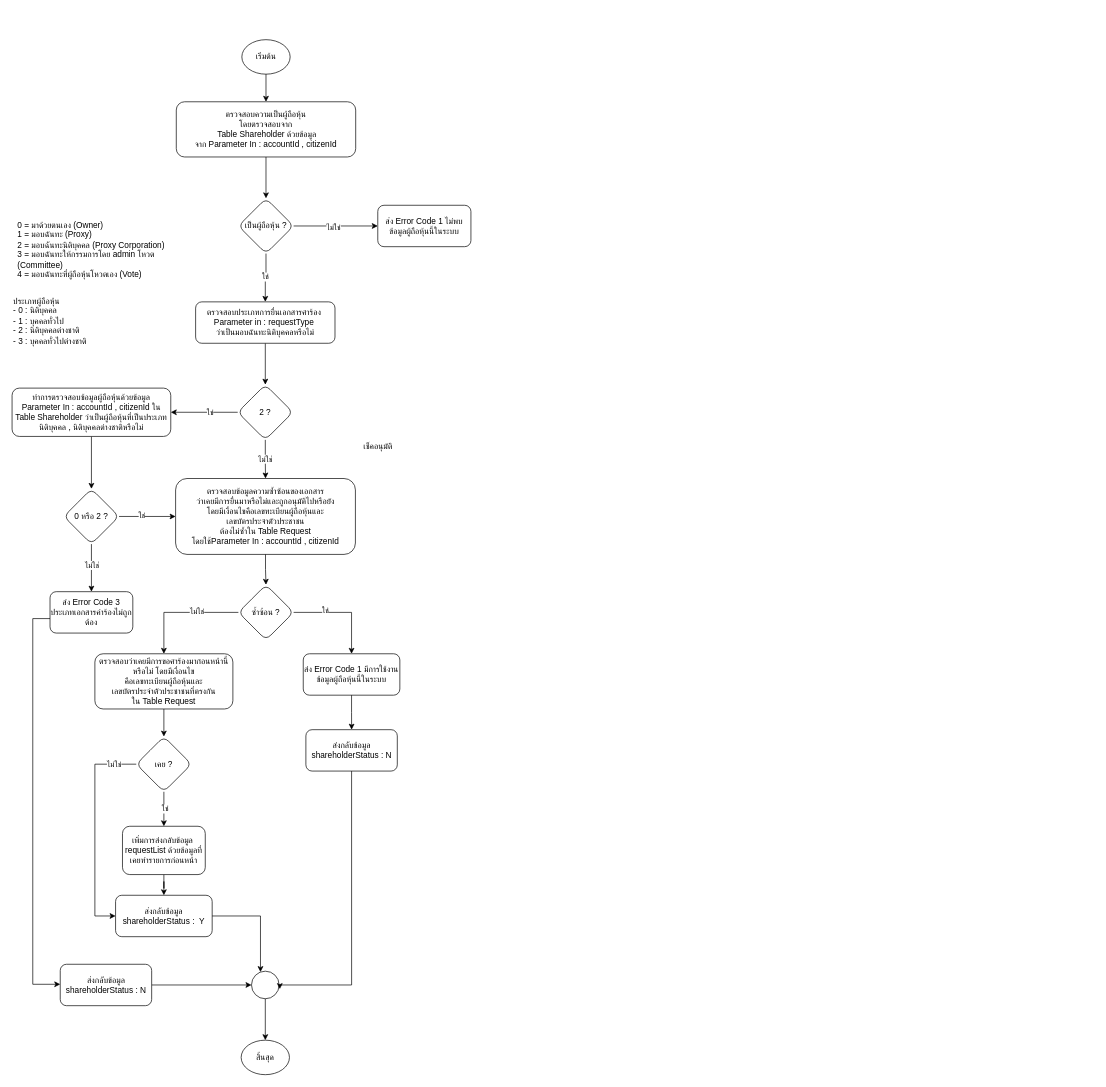
charifrodmanee/charifrodmanee keeps this draw.io diagram as checkShareHolderAvailable.drawio. Above is the earlier version. Source tidied: cells renumbered, new cells numbered last; positions are measured from the earlier drawing's top-left corner, leaving out a move shared by most shapes. Both pictures are drawn from the tidied source at 69%, with x=0, y=0 at pixel (12, 39).
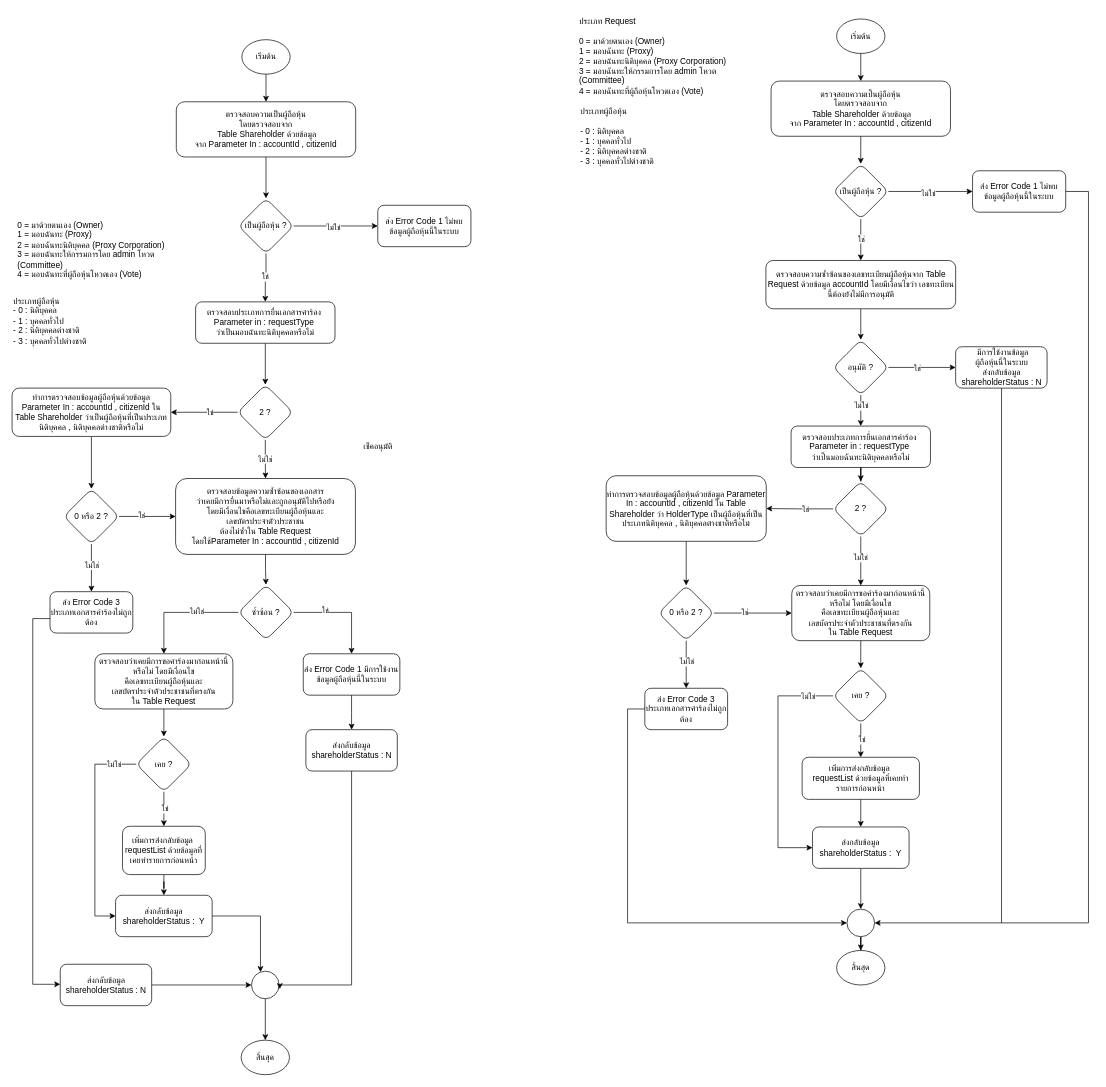
After the change.

Change to the diagram source:
```diff
@@
+    <mxCell id="58" value="เริ่มต้น" style="ellipse;whiteSpace=wrap;html=1;" parent="1" vertex="1">
+      <mxGeometry x="1195" y="-30" width="70" height="50" as="geometry" />
+    </mxCell>
+    <mxCell id="59" value="ตรวจสอบความเป็นผู้ถือหุ้น &lt;br&gt;โดยตรวจสอบจาก&lt;br&gt;&amp;nbsp;Table Shareholder ด้วยข้อมูล&lt;br&gt;จาก Parameter In : accountId , citizenId" style="whiteSpace=wrap;html=1;rounded=1;" parent="1" vertex="1">
+      <mxGeometry x="1100" y="60" width="260" height="80" as="geometry" />
+    </mxCell>
+    <mxCell id="60" style="edgeStyle=orthogonalEdgeStyle;rounded=0;jettySize=auto;html=1;" parent="1" edge="1" source="58" target="59">
+      <mxGeometry relative="1" as="geometry" />
+    </mxCell>
+    <mxCell id="61" style="edgeStyle=orthogonalEdgeStyle;rounded=0;jettySize=auto;html=1;" parent="1" edge="1" source="59" target="64">
+      <mxGeometry relative="1" as="geometry" />
+    </mxCell>
+    <mxCell id="62" value="ประเภท Request &lt;br&gt;&lt;br&gt;0 = มาด้วยตนเอง (Owner)&lt;br&gt;1 = มอบฉันทะ (Proxy)&lt;br&gt;2 = มอบฉันทะนิติบุคคล (Proxy Corporation)&lt;br&gt;3 = มอบฉันทะให้กรรมการโดย admin โหวต (Committee)&lt;br&gt;4 = มอบฉันทะที่ผู้ถือหุ้นโหวตเอง (Vote)" style="text;whiteSpace=wrap;html=1;" parent="1" vertex="1">
+      <mxGeometry x="820" y="-40" width="260" height="110" as="geometry" />
+    </mxCell>
+    <mxCell id="63" value="ประเภทผู้ถือหุ้น&lt;br&gt;&lt;br&gt;- 0 : นิติบุคคล&lt;br&gt;- 1 : บุคคลทั่วไป&lt;br&gt;- 2 : นิติบุคคลต่างชาติ&lt;br&gt;- 3 : บุคคลทั่วไปต่างชาติ" style="text;whiteSpace=wrap;html=1;" parent="1" vertex="1">
+      <mxGeometry x="822" y="90" width="160" height="100" as="geometry" />
+    </mxCell>
+    <mxCell id="64" value="เป็นผู้ถือหุ้น ?" style="rhombus;whiteSpace=wrap;html=1;rounded=1;" parent="1" vertex="1">
+      <mxGeometry x="1190" y="180" width="80" height="80" as="geometry" />
+    </mxCell>
+    <mxCell id="65" style="edgeStyle=orthogonalEdgeStyle;rounded=0;jettySize=auto;html=1;entryX=1;entryY=0.5;entryDx=0;entryDy=0;" parent="1" edge="1" source="66" target="82">
+      <mxGeometry relative="1" as="geometry">
+        <Array as="points">
+          <mxPoint x="1560" y="220" />
+          <mxPoint x="1560" y="1280" />
+        </Array>
+      </mxGeometry>
+    </mxCell>
+    <mxCell id="66" value="ส่ง Error Code 1 ไม่พบข้อมูลผู้ถือหุ้นนี้ในระบบ" style="whiteSpace=wrap;html=1;rounded=1;" parent="1" vertex="1">
+      <mxGeometry x="1392" y="190" width="135" height="60" as="geometry" />
+    </mxCell>
+    <mxCell id="67" style="edgeStyle=orthogonalEdgeStyle;rounded=0;jettySize=auto;html=1;" parent="1" edge="1" source="64" target="66">
+      <mxGeometry relative="1" as="geometry" />
+    </mxCell>
+    <mxCell id="68" value="ไม่ใช่" style="edgeLabel;html=1;align=center;verticalAlign=middle;" parent="67" vertex="1">
+      <mxGeometry x="-0.07" y="-2" relative="1" as="geometry" />
+    </mxCell>
+    <mxCell id="69" style="edgeStyle=orthogonalEdgeStyle;rounded=0;jettySize=auto;html=1;" parent="1" edge="1" source="70" target="77">
+      <mxGeometry relative="1" as="geometry" />
+    </mxCell>
+    <mxCell id="70" value="ตรวจสอบความซ้ำซ้อนของเลขทะเบียนผู้ถือหุ้นจาก Table Request ด้วยข้อมูล&amp;nbsp;accountId โดยมีเงื่อนไขว่า เลขทะเบียนนี้ต้องยังไม่มีการอนุมัติ" style="rounded=1;whiteSpace=wrap;html=1;" parent="1" vertex="1">
+      <mxGeometry x="1092.5" y="320" width="275" height="70" as="geometry" />
+    </mxCell>
+    <mxCell id="71" style="edgeStyle=orthogonalEdgeStyle;rounded=0;jettySize=auto;html=1;entryX=0.5;entryY=0;entryDx=0;entryDy=0;" parent="1" edge="1" source="64" target="70">
+      <mxGeometry relative="1" as="geometry" />
+    </mxCell>
+    <mxCell id="72" value="ใช่" style="edgeLabel;html=1;align=center;verticalAlign=middle;" parent="71" vertex="1">
+      <mxGeometry x="-0.08" relative="1" as="geometry" />
+    </mxCell>
+    <mxCell id="73" style="edgeStyle=orthogonalEdgeStyle;rounded=0;jettySize=auto;html=1;" parent="1" edge="1" source="77">
+      <mxGeometry relative="1" as="geometry">
+        <mxPoint x="1367.5" y="475" as="targetPoint" />
+      </mxGeometry>
+    </mxCell>
+    <mxCell id="74" value="ใช่" style="edgeLabel;html=1;align=center;verticalAlign=middle;" parent="73" vertex="1">
+      <mxGeometry x="-0.15" relative="1" as="geometry">
+        <mxPoint x="-1" as="offset" />
+      </mxGeometry>
+    </mxCell>
+    <mxCell id="75" style="edgeStyle=orthogonalEdgeStyle;rounded=0;jettySize=auto;html=1;" parent="1" edge="1" source="77" target="79">
+      <mxGeometry relative="1" as="geometry" />
+    </mxCell>
+    <mxCell id="76" value="ไม่ใช่" style="edgeLabel;html=1;align=center;verticalAlign=middle;" parent="75" vertex="1">
+      <mxGeometry x="-0.46" y="-1" relative="1" as="geometry">
+        <mxPoint x="1" y="3" as="offset" />
+      </mxGeometry>
+    </mxCell>
+    <mxCell id="77" value="อนุมัติ ?" style="rhombus;whiteSpace=wrap;html=1;rounded=1;" parent="1" vertex="1">
+      <mxGeometry x="1190" y="435" width="80" height="80" as="geometry" />
+    </mxCell>
+    <mxCell id="78" style="group;" parent="1" vertex="1">
+      <mxGeometry x="1129" y="560" width="202" height="60" as="geometry" />
+    </mxCell>
+    <mxCell id="79" value="ตรวจสอบประเภทการยื่นเอกสารคำร้อง&amp;nbsp;&lt;br&gt;Parameter in : requestType&amp;nbsp;&lt;br&gt;ว่าเป็นมอบฉันทะนิติบุคคลหรือไม่" style="whiteSpace=wrap;html=1;rounded=1;" parent="78" vertex="1">
+      <mxGeometry width="202" height="60" as="geometry" />
+    </mxCell>
+    <mxCell id="80" style="edgeStyle=orthogonalEdgeStyle;rounded=0;jettySize=auto;html=1;" parent="1" edge="1" source="79" target="89">
+      <mxGeometry relative="1" as="geometry" />
+    </mxCell>
+    <mxCell id="81" style="edgeStyle=orthogonalEdgeStyle;rounded=0;jettySize=auto;html=1;endArrow=classic;endFill=1;" parent="1" edge="1" source="82" target="83">
+      <mxGeometry relative="1" as="geometry" />
+    </mxCell>
+    <mxCell id="82" style="ellipse;whiteSpace=wrap;html=1;rounded=1;" parent="1" vertex="1">
+      <mxGeometry x="1210" y="1260" width="40" height="40" as="geometry" />
+    </mxCell>
+    <mxCell id="83" value="สิ้นสุด" style="ellipse;whiteSpace=wrap;html=1;" parent="1" vertex="1">
+      <mxGeometry x="1195" y="1320" width="70" height="50" as="geometry" />
+    </mxCell>
+    <mxCell id="84" style="edgeStyle=orthogonalEdgeStyle;rounded=0;jettySize=auto;html=1;exitX=0.004;exitY=0.438;exitDx=0;exitDy=0;exitPerimeter=0;entryX=0;entryY=0.5;entryDx=0;entryDy=0;" parent="1" edge="1" source="95" target="82">
+      <mxGeometry relative="1" as="geometry">
+        <Array as="points">
+          <mxPoint x="918" y="970" />
+          <mxPoint x="892" y="970" />
+          <mxPoint x="892" y="1280" />
+        </Array>
+      </mxGeometry>
+    </mxCell>
+    <mxCell id="85" style="edgeStyle=orthogonalEdgeStyle;rounded=0;jettySize=auto;html=1;endArrow=none;endFill=0;" parent="1" edge="1" source="86">
+      <mxGeometry relative="1" as="geometry">
+        <mxPoint x="1434" y="1280" as="targetPoint" />
+        <Array as="points">
+          <mxPoint x="1434" y="1280" />
+        </Array>
+      </mxGeometry>
+    </mxCell>
+    <mxCell id="86" value="&amp;nbsp;มีการใช้งานข้อมูล&lt;br&gt;ผู้ถือหุ้นนี้ในระบบ&lt;br&gt;ส่งกลับข้อมูล&lt;br&gt;shareholderStatus : N" style="whiteSpace=wrap;html=1;rounded=1;" parent="1" vertex="1">
+      <mxGeometry x="1367.5" y="445" width="132.5" height="60" as="geometry" />
+    </mxCell>
+    <mxCell id="87" style="edgeStyle=orthogonalEdgeStyle;rounded=0;jettySize=auto;html=1;" parent="1" edge="1" source="89" target="102">
+      <mxGeometry relative="1" as="geometry" />
+    </mxCell>
+    <mxCell id="88" value="ไม่ใช่" style="edgeLabel;html=1;align=center;verticalAlign=middle;" parent="87" vertex="1">
+      <mxGeometry x="-0.15" y="-1" relative="1" as="geometry" />
+    </mxCell>
+    <mxCell id="89" value="2 ?" style="rhombus;whiteSpace=wrap;html=1;rounded=1;" parent="1" vertex="1">
+      <mxGeometry x="1190" y="640" width="80" height="80" as="geometry" />
+    </mxCell>
+    <mxCell id="90" value="ทำการตรวจสอบข้อมูลผู้ถือหุ้นด้วยข้อมูล Parameter In : accountId , citizenId ใน Table Shareholder ว่า HolderType เป็นผู้ถือหุ้นที่เป็นประเภทนิติบุคคล , นิติบุคคลต่างชาติหรือไม่" style="whiteSpace=wrap;html=1;rounded=1;" parent="1" vertex="1">
+      <mxGeometry x="861" y="632" width="232" height="95" as="geometry" />
+    </mxCell>
+    <mxCell id="91" style="edgeStyle=orthogonalEdgeStyle;rounded=0;jettySize=auto;html=1;" parent="1" edge="1" source="89" target="90">
+      <mxGeometry relative="1" as="geometry" />
+    </mxCell>
+    <mxCell id="92" value="ใช่" style="edgeLabel;html=1;align=center;verticalAlign=middle;" parent="91" vertex="1">
+      <mxGeometry x="-0.16" y="3" relative="1" as="geometry">
+        <mxPoint y="-3" as="offset" />
+      </mxGeometry>
+    </mxCell>
+    <mxCell id="93" value="0 หรือ 2 ?" style="rhombus;whiteSpace=wrap;html=1;rounded=1;" parent="1" vertex="1">
+      <mxGeometry x="937" y="791" width="80" height="80" as="geometry" />
+    </mxCell>
+    <mxCell id="94" style="edgeStyle=orthogonalEdgeStyle;rounded=0;jettySize=auto;html=1;" parent="1" edge="1" source="90" target="93">
+      <mxGeometry relative="1" as="geometry" />
+    </mxCell>
+    <mxCell id="95" value="ส่ง Error Code 3 ประเภทเอกสารคำร้องไม่ถูกต้อง" style="whiteSpace=wrap;html=1;rounded=1;" parent="1" vertex="1">
+      <mxGeometry x="917" y="940" width="120" height="60" as="geometry" />
+    </mxCell>
+    <mxCell id="96" style="edgeStyle=orthogonalEdgeStyle;rounded=0;jettySize=auto;html=1;" parent="1" edge="1" source="93" target="95">
+      <mxGeometry relative="1" as="geometry" />
+    </mxCell>
+    <mxCell id="97" value="ไม่ใช่" style="edgeLabel;html=1;align=center;verticalAlign=middle;" parent="96" vertex="1">
+      <mxGeometry x="-0.13" relative="1" as="geometry" />
+    </mxCell>
+    <mxCell id="98" style="edgeStyle=orthogonalEdgeStyle;rounded=0;jettySize=auto;html=1;" parent="1" edge="1" source="93" target="102">
+      <mxGeometry relative="1" as="geometry" />
+    </mxCell>
+    <mxCell id="99" value="ใช่" style="edgeLabel;html=1;align=center;verticalAlign=middle;" parent="98" vertex="1">
+      <mxGeometry x="-0.22" y="2" relative="1" as="geometry" />
+    </mxCell>
+    <mxCell id="100" style="edgeStyle=orthogonalEdgeStyle;rounded=0;jettySize=auto;html=1;endArrow=classic;endFill=1;" parent="1" edge="1" source="101" target="82">
+      <mxGeometry relative="1" as="geometry" />
+    </mxCell>
+    <mxCell id="101" value="ส่งกลับข้อมูล&lt;br&gt;shareholderStatus :&amp;nbsp; Y" style="whiteSpace=wrap;html=1;rounded=1;" parent="1" vertex="1">
+      <mxGeometry x="1160" y="1141" width="140" height="60" as="geometry" />
+    </mxCell>
+    <mxCell id="102" value="ตรวจสอบว่าเคยมีการขอคำร้องมาก่อนหน้านี้หรือไม่ โดยมีเงื่อนไข&lt;br&gt;คือเลขทะเบียนผู้ถือหุ้นและ&lt;br&gt;เลขบัตรประจำตัวประชาชนที่ตรงกัน&lt;br&gt;ใน Table Request" style="whiteSpace=wrap;html=1;rounded=1;" parent="1" vertex="1">
+      <mxGeometry x="1130" y="791" width="200" height="80" as="geometry" />
+    </mxCell>
+    <mxCell id="103" style="edgeStyle=orthogonalEdgeStyle;rounded=0;jettySize=auto;html=1;entryX=0;entryY=0.5;entryDx=0;entryDy=0;" parent="1" edge="1" source="105" target="101">
+      <mxGeometry relative="1" as="geometry">
+        <Array as="points">
+          <mxPoint x="1110" y="951" />
+          <mxPoint x="1110" y="1171" />
+        </Array>
+      </mxGeometry>
+    </mxCell>
+    <mxCell id="104" value="ไม่ใช่" style="edgeLabel;html=1;align=center;verticalAlign=middle;" parent="103" vertex="1">
+      <mxGeometry x="-0.79" relative="1" as="geometry" />
+    </mxCell>
+    <mxCell id="105" value="เคย ?" style="rhombus;whiteSpace=wrap;html=1;rounded=1;" parent="1" vertex="1">
+      <mxGeometry x="1190" y="911" width="80" height="80" as="geometry" />
+    </mxCell>
+    <mxCell id="106" style="edgeStyle=orthogonalEdgeStyle;rounded=0;jettySize=auto;html=1;" parent="1" edge="1" source="102" target="105">
+      <mxGeometry relative="1" as="geometry" />
+    </mxCell>
+    <mxCell id="107" style="edgeStyle=orthogonalEdgeStyle;rounded=0;jettySize=auto;html=1;" parent="1" edge="1" source="108" target="101">
+      <mxGeometry relative="1" as="geometry" />
+    </mxCell>
+    <mxCell id="108" value="เพิ่มการส่งกลับข้อมูล&amp;nbsp;&lt;br&gt;requestList ด้วยข้อมูลที่เคยทำรายการก่อนหน้า" style="whiteSpace=wrap;html=1;rounded=1;" parent="1" vertex="1">
+      <mxGeometry x="1145" y="1040" width="170" height="61" as="geometry" />
+    </mxCell>
+    <mxCell id="109" style="edgeStyle=orthogonalEdgeStyle;rounded=0;jettySize=auto;html=1;" parent="1" edge="1" source="105" target="108">
+      <mxGeometry relative="1" as="geometry" />
+    </mxCell>
+    <mxCell id="110" value="ใช่" style="edgeLabel;html=1;align=center;verticalAlign=middle;" parent="109" vertex="1">
+      <mxGeometry x="-0.05" y="1" relative="1" as="geometry" />
+    </mxCell>
```
